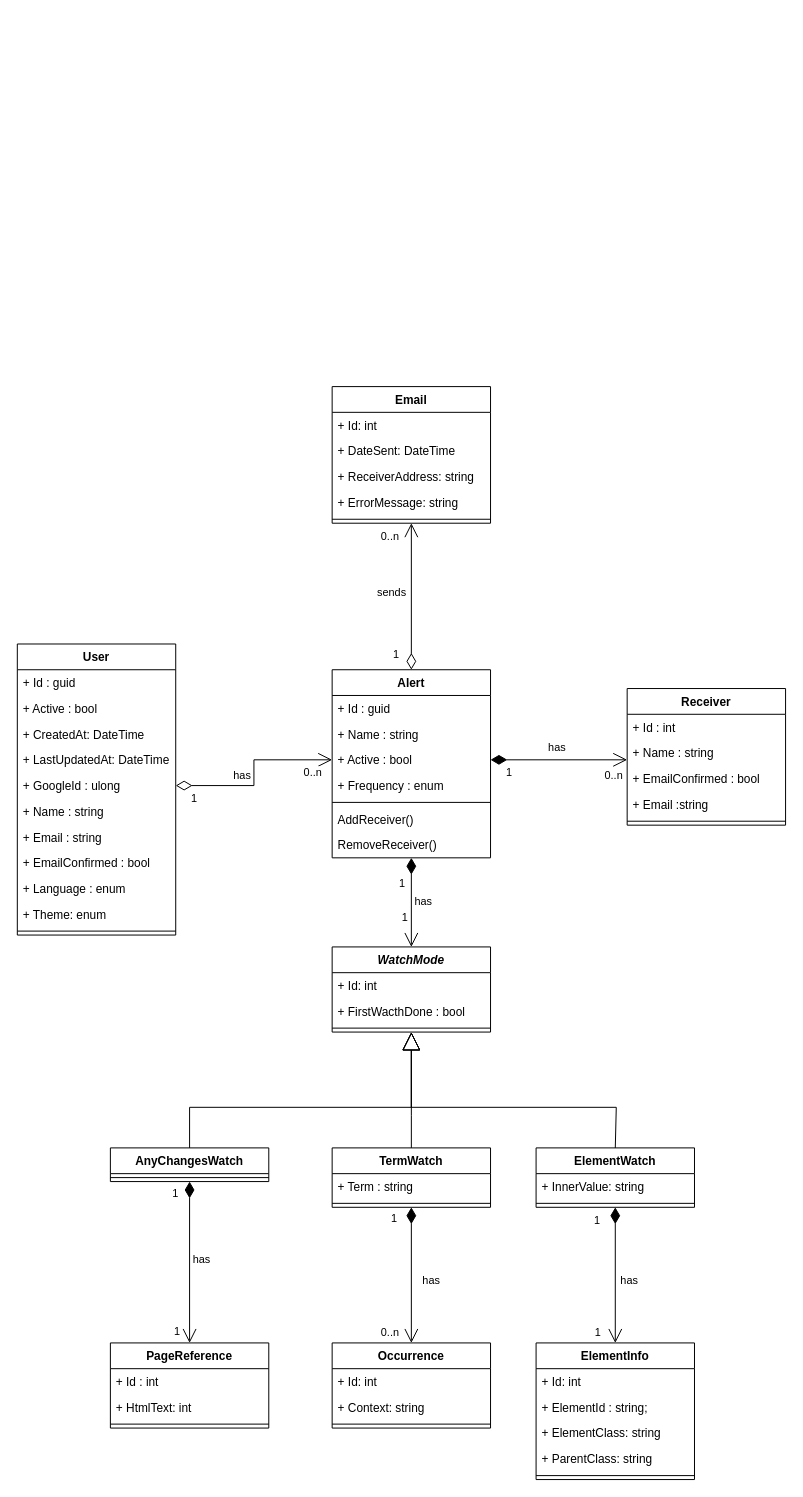
Earlier version of the draw.io diagram docs/SiteWatcher-ClassDiagram.drawio (xilapa/SiteWatcher). Source tidied: cells renumbered, new cells numbered last; positions are measured from the earlier drawing's top-left corner, leaving out a move shared by most shapes. Both pictures are drawn from the tidied source at 99%, with x=0, y=0 at pixel (17, 386).
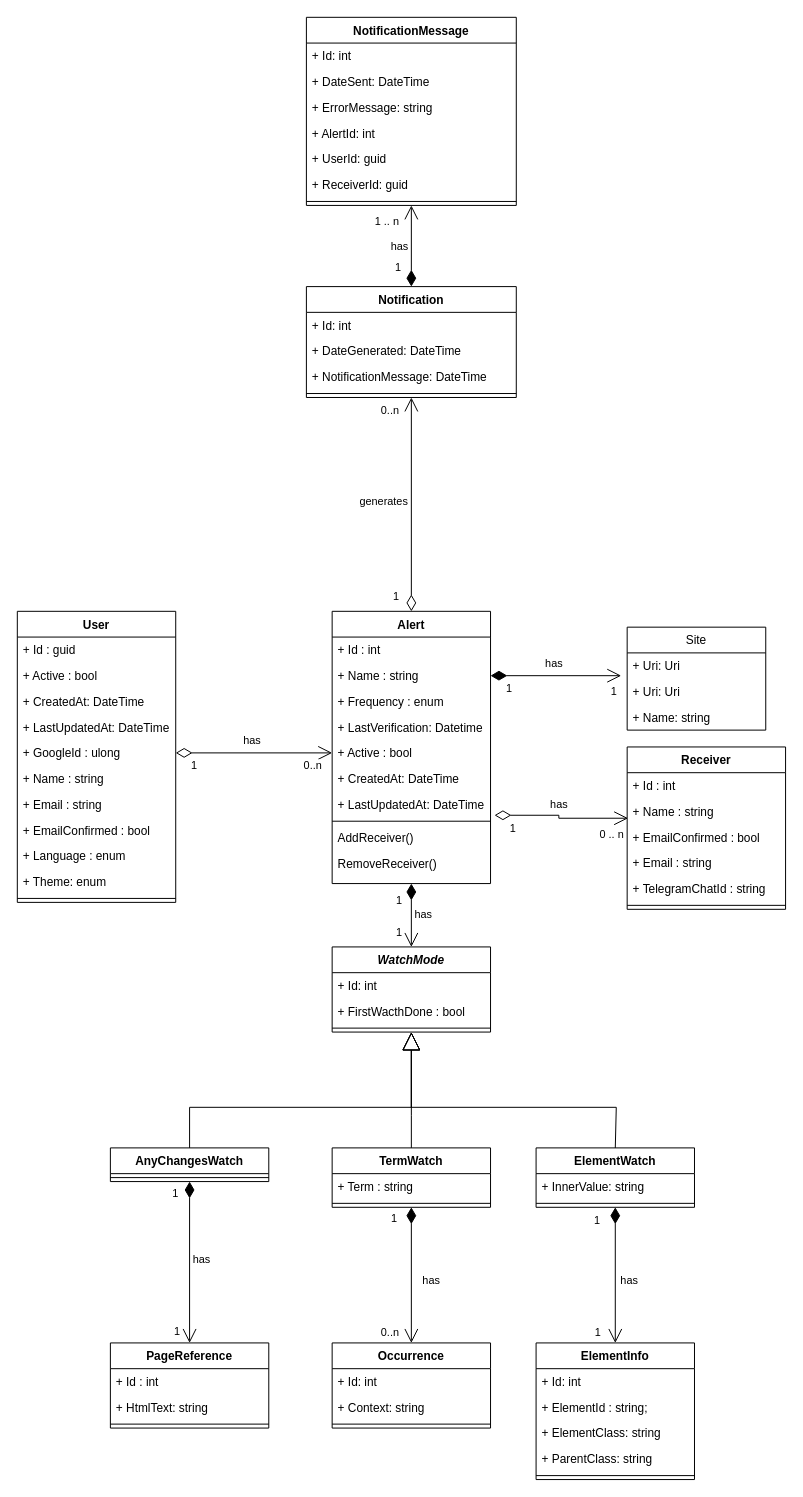
After the change.

Commit message:
added site and notifications to uml diagram

The change refers to these unchanged cells:
```xml
<mxCell id="16" value="+ Name : string" style="text;align=left;verticalAlign=top;spacingLeft=4;spacingRight=4;overflow=hidden;points=[[0,0.5],[1,0.5]];portConstraint=eastwest;" parent="14" vertex="1">
  <mxGeometry y="52" width="160" height="26" as="geometry" />
</mxCell>
<mxCell id="25" value="+ Name : string" style="text;strokeColor=none;fillColor=none;align=left;verticalAlign=top;spacingLeft=4;spacingRight=4;overflow=hidden;points=[[0,0.5],[1,0.5]];portConstraint=eastwest;" parent="23" vertex="1">
  <mxGeometry y="52" width="160" height="26" as="geometry" />
</mxCell>
<mxCell id="36" value="has" style="endArrow=open;html=1;endSize=12;startArrow=diamondThin;startSize=14;startFill=1;edgeStyle=orthogonalEdgeStyle;rounded=0;entryX=0.5;entryY=0;entryDx=0;entryDy=0;" parent="1" edge="1" source="14" target="32">
  <mxGeometry x="-0.03" y="12" relative="1" as="geometry" />
</mxCell>
<mxCell id="50" value="PageReference" style="swimlane;fontStyle=1;align=center;verticalAlign=top;horizontal=1;startSize=26;" parent="1" vertex="1">
  <mxGeometry x="94" y="966" width="160" height="86" as="geometry" />
</mxCell>
```

Change to the diagram source:
```diff
@@
     <mxCell id="2" value="User" style="swimlane;fontStyle=1;align=center;verticalAlign=top;horizontal=1;startSize=26;rounded=0;shadow=0;strokeWidth=1;" parent="1" vertex="1">
-      <mxGeometry y="260" width="160" height="294" as="geometry" />
+      <mxGeometry y="227" width="160" height="294" as="geometry" />
     </mxCell>
@@
     <mxCell id="14" value="Alert" style="swimlane;fontStyle=1;align=center;verticalAlign=top;horizontal=1;startSize=26;rounded=0;shadow=0;strokeWidth=1;" parent="1" vertex="1">
-      <mxGeometry x="318" y="286" width="160" height="190" as="geometry" />
+      <mxGeometry x="318" y="227" width="160" height="275" as="geometry" />
     </mxCell>
-    <mxCell id="15" value="+ Id : guid" style="text;align=left;verticalAlign=top;spacingLeft=4;spacingRight=4;overflow=hidden;" parent="14" vertex="1">
+    <mxCell id="15" value="+ Id : int" style="text;align=left;verticalAlign=top;spacingLeft=4;spacingRight=4;overflow=hidden;" parent="14" vertex="1">
       <mxGeometry y="26" width="160" height="26" as="geometry" />
     </mxCell>
@@
+    <mxCell id="18" value="+ Frequency : enum" style="text;align=left;verticalAlign=top;spacingLeft=4;spacingRight=4;overflow=hidden;rounded=0;shadow=0;html=0;" parent="14" vertex="1">
+      <mxGeometry y="78" width="160" height="26" as="geometry" />
+    </mxCell>
+    <mxCell id="85" value="+ LastVerification: Datetime" style="text;align=left;verticalAlign=top;spacingLeft=4;spacingRight=4;overflow=hidden;rounded=0;shadow=0;html=0;" parent="14" vertex="1">
+      <mxGeometry y="104" width="160" height="26" as="geometry" />
+    </mxCell>
     <mxCell id="17" value="+ Active : bool" style="text;align=left;verticalAlign=top;spacingLeft=4;spacingRight=4;overflow=hidden;points=[[0,0.5],[1,0.5]];portConstraint=eastwest;rounded=0;shadow=0;html=0;" parent="14" vertex="1">
-      <mxGeometry y="78" width="160" height="26" as="geometry" />
+      <mxGeometry y="130" width="160" height="26" as="geometry" />
     </mxCell>
-    <mxCell id="18" value="+ Frequency : enum" style="text;align=left;verticalAlign=top;spacingLeft=4;spacingRight=4;overflow=hidden;rounded=0;shadow=0;html=0;" parent="14" vertex="1">
-      <mxGeometry y="104" width="160" height="26" as="geometry" />
-    </mxCell>
+    <mxCell id="86" value="+ CreatedAt: DateTime" style="text;align=left;verticalAlign=top;spacingLeft=4;spacingRight=4;overflow=hidden;" parent="14" vertex="1">
+      <mxGeometry y="156" width="160" height="26" as="geometry" />
+    </mxCell>
+    <mxCell id="87" value="+ LastUpdatedAt: DateTime" style="text;align=left;verticalAlign=top;spacingLeft=4;spacingRight=4;overflow=hidden;points=[[0,0.5],[1,0.5]];portConstraint=eastwest;" parent="14" vertex="1">
+      <mxGeometry y="182" width="160" height="26" as="geometry" />
+    </mxCell>
     <mxCell id="19" style="line;html=1;strokeWidth=1;align=left;verticalAlign=middle;spacingTop=-1;spacingLeft=3;spacingRight=3;labelPosition=right;" parent="14" vertex="1">
-      <mxGeometry y="130" width="160" height="8" as="geometry" />
+      <mxGeometry y="208" width="160" height="8" as="geometry" />
     </mxCell>
     <mxCell id="20" value="AddReceiver()" style="text;align=left;verticalAlign=top;spacingLeft=4;spacingRight=4;overflow=hidden;rounded=0;shadow=0;html=0;" parent="14" vertex="1">
-      <mxGeometry y="138" width="160" height="26" as="geometry" />
+      <mxGeometry y="216" width="160" height="26" as="geometry" />
     </mxCell>
     <mxCell id="21" value="RemoveReceiver()" style="text;align=left;verticalAlign=top;spacingLeft=4;spacingRight=4;overflow=hidden;rounded=0;shadow=0;html=0;" parent="14" vertex="1">
-      <mxGeometry y="164" width="160" height="26" as="geometry" />
+      <mxGeometry y="242" width="160" height="26" as="geometry" />
     </mxCell>
@@
     <mxCell id="23" value="Receiver" style="swimlane;fontStyle=1;align=center;verticalAlign=top;horizontal=1;startSize=26;" parent="1" vertex="1">
-      <mxGeometry x="616" y="305" width="160" height="138" as="geometry" />
+      <mxGeometry x="616" y="364" width="160" height="164" as="geometry" />
     </mxCell>
@@
-    <mxCell id="27" value="+ Email :string" style="text;strokeColor=none;fillColor=none;align=left;verticalAlign=top;spacingLeft=4;spacingRight=4;overflow=hidden;" parent="23" vertex="1">
+    <mxCell id="27" value="+ Email : string" style="text;strokeColor=none;fillColor=none;align=left;verticalAlign=top;spacingLeft=4;spacingRight=4;overflow=hidden;" parent="23" vertex="1">
       <mxGeometry y="104" width="160" height="26" as="geometry" />
     </mxCell>
+    <mxCell id="88" value="+ TelegramChatId : string" style="text;strokeColor=none;fillColor=none;align=left;verticalAlign=top;spacingLeft=4;spacingRight=4;overflow=hidden;" parent="23" vertex="1">
+      <mxGeometry y="130" width="160" height="26" as="geometry" />
+    </mxCell>
     <mxCell id="28" style="line;strokeWidth=1;fillColor=none;align=left;verticalAlign=middle;spacingTop=-1;spacingLeft=3;spacingRight=3;labelPosition=right;" parent="23" vertex="1">
-      <mxGeometry y="130" width="160" height="8" as="geometry" />
+      <mxGeometry y="156" width="160" height="8" as="geometry" />
     </mxCell>
-    <mxCell id="29" value="has" style="endArrow=open;html=1;endSize=12;startArrow=diamondThin;startSize=14;startFill=1;edgeStyle=orthogonalEdgeStyle;rounded=0;exitX=1;exitY=0.5;exitDx=0;exitDy=0;entryX=0;entryY=0.769;entryDx=0;entryDy=0;entryPerimeter=0;" parent="1" edge="1" source="17" target="25">
-      <mxGeometry x="-0.03" y="12" relative="1" as="geometry" />
-    </mxCell>
-    <mxCell id="30" value="1" style="edgeLabel;html=1;align=left;verticalAlign=top;" parent="29" vertex="1">
-      <mxGeometry x="-1" relative="1" as="geometry">
-        <mxPoint x="14" as="offset" />
-      </mxGeometry>
-    </mxCell>
-    <mxCell id="31" value="0..n" style="edgeLabel;html=1;align=right;verticalAlign=top;" parent="29" vertex="1">
-      <mxGeometry x="1" relative="1" as="geometry">
-        <mxPoint x="-4" y="3" as="offset" />
-      </mxGeometry>
-    </mxCell>
@@
     <mxCell id="37" value="1" style="edgeLabel;html=1;align=left;verticalAlign=top;" parent="36" vertex="1">
       <mxGeometry x="-1" relative="1" as="geometry">
-        <mxPoint x="-14" y="13" as="offset" />
+        <mxPoint x="-17" y="4" as="offset" />
       </mxGeometry>
     </mxCell>
     <mxCell id="38" value="1" style="edgeLabel;html=1;align=right;verticalAlign=top;" parent="36" vertex="1">
       <mxGeometry x="1" relative="1" as="geometry">
-        <mxPoint x="-3" y="-43" as="offset" />
+        <mxPoint x="-9" y="-28" as="offset" />
       </mxGeometry>
     </mxCell>
@@
-    <mxCell id="52" value="+ HtmlText: int" style="text;strokeColor=none;fillColor=none;align=left;verticalAlign=top;spacingLeft=4;spacingRight=4;overflow=hidden;" parent="50" vertex="1">
+    <mxCell id="52" value="+ HtmlText: string" style="text;strokeColor=none;fillColor=none;align=left;verticalAlign=top;spacingLeft=4;spacingRight=4;overflow=hidden;" parent="50" vertex="1">
       <mxGeometry y="52" width="160" height="26" as="geometry" />
     </mxCell>
@@
-    <mxCell id="64" value="Email" style="swimlane;fontStyle=1;align=center;verticalAlign=top;horizontal=1;startSize=26;" parent="1" vertex="1">
-      <mxGeometry x="318" width="160" height="138" as="geometry" />
+    <mxCell id="64" value="Notification" style="swimlane;fontStyle=1;align=center;verticalAlign=top;horizontal=1;startSize=26;" parent="1" vertex="1">
+      <mxGeometry x="292" y="-101" width="212" height="112" as="geometry" />
     </mxCell>
     <mxCell id="65" value="+ Id: int" style="text;strokeColor=none;fillColor=none;align=left;verticalAlign=top;spacingLeft=4;spacingRight=4;overflow=hidden;" parent="64" vertex="1">
-      <mxGeometry y="26" width="160" height="26" as="geometry" />
+      <mxGeometry y="26" width="212" height="26" as="geometry" />
     </mxCell>
-    <mxCell id="66" value="+ DateSent: DateTime" style="text;strokeColor=none;fillColor=none;align=left;verticalAlign=top;spacingLeft=4;spacingRight=4;overflow=hidden;" parent="64" vertex="1">
-      <mxGeometry y="52" width="160" height="26" as="geometry" />
+    <mxCell id="66" value="+ DateGenerated: DateTime" style="text;strokeColor=none;fillColor=none;align=left;verticalAlign=top;spacingLeft=4;spacingRight=4;overflow=hidden;" parent="64" vertex="1">
+      <mxGeometry y="52" width="212" height="26" as="geometry" />
     </mxCell>
-    <mxCell id="67" value="+ ReceiverAddress: string" style="text;strokeColor=none;fillColor=none;align=left;verticalAlign=top;spacingLeft=4;spacingRight=4;overflow=hidden;" parent="64" vertex="1">
-      <mxGeometry y="78" width="160" height="26" as="geometry" />
-    </mxCell>
-    <mxCell id="68" value="+ ErrorMessage: string" style="text;strokeColor=none;fillColor=none;align=left;verticalAlign=top;spacingLeft=4;spacingRight=4;overflow=hidden;" parent="64" vertex="1">
-      <mxGeometry y="104" width="160" height="26" as="geometry" />
-    </mxCell>
+    <mxCell id="89" value="+ NotificationMessage: DateTime" style="text;strokeColor=none;fillColor=none;align=left;verticalAlign=top;spacingLeft=4;spacingRight=4;overflow=hidden;" parent="64" vertex="1">
+      <mxGeometry y="78" width="212" height="26" as="geometry" />
+    </mxCell>
     <mxCell id="69" style="line;strokeWidth=1;fillColor=none;align=left;verticalAlign=middle;spacingTop=-1;spacingLeft=3;spacingRight=3;labelPosition=right;" parent="64" vertex="1">
-      <mxGeometry y="130" width="160" height="8" as="geometry" />
+      <mxGeometry y="104" width="212" height="8" as="geometry" />
     </mxCell>
@@
-    <mxCell id="73" value="sends" style="endArrow=open;html=1;endSize=12;startArrow=diamondThin;startSize=14;startFill=0;edgeStyle=orthogonalEdgeStyle;rounded=0;exitX=0.5;exitY=0;exitDx=0;exitDy=0;entryX=0.5;entryY=1;entryDx=0;entryDy=0;" parent="1" edge="1" source="14" target="64">
-      <mxGeometry x="0.05" y="20" relative="1" as="geometry" />
+    <mxCell id="73" value="generates" style="endArrow=open;html=1;endSize=12;startArrow=diamondThin;startSize=14;startFill=0;edgeStyle=orthogonalEdgeStyle;rounded=0;exitX=0.5;exitY=0;exitDx=0;exitDy=0;entryX=0.5;entryY=1;entryDx=0;entryDy=0;" parent="1" edge="1" source="14" target="64">
+      <mxGeometry x="0.03" y="28" relative="1" as="geometry" />
     </mxCell>
@@
+    <mxCell id="90" value="Site" style="swimlane;fontStyle=0;horizontal=1;startSize=26;fillColor=none;" parent="1" vertex="1">
+      <mxGeometry x="616" y="243" width="140" height="104" as="geometry" />
+    </mxCell>
+    <mxCell id="91" value="+ Uri: Uri" style="text;strokeColor=none;fillColor=none;align=left;verticalAlign=top;spacingLeft=4;spacingRight=4;overflow=hidden;" parent="90" vertex="1">
+      <mxGeometry y="26" width="140" height="26" as="geometry" />
+    </mxCell>
+    <mxCell id="92" value="+ Uri: Uri" style="text;strokeColor=none;fillColor=none;align=left;verticalAlign=top;spacingLeft=4;spacingRight=4;overflow=hidden;points=[[0,0.5],[1,0.5]];portConstraint=eastwest;" parent="90" vertex="1">
+      <mxGeometry y="52" width="140" height="26" as="geometry" />
+    </mxCell>
+    <mxCell id="93" value="+ Name: string" style="text;strokeColor=none;fillColor=none;align=left;verticalAlign=top;spacingLeft=4;spacingRight=4;overflow=hidden;" parent="90" vertex="1">
+      <mxGeometry y="78" width="140" height="26" as="geometry" />
+    </mxCell>
+    <mxCell id="94" value="NotificationMessage" style="swimlane;fontStyle=1;align=center;verticalAlign=top;horizontal=1;startSize=26;" parent="1" vertex="1">
+      <mxGeometry x="292" y="-373" width="212" height="190" as="geometry" />
+    </mxCell>
+    <mxCell id="95" value="+ Id: int" style="text;strokeColor=none;fillColor=none;align=left;verticalAlign=top;spacingLeft=4;spacingRight=4;overflow=hidden;" parent="94" vertex="1">
+      <mxGeometry y="26" width="212" height="26" as="geometry" />
+    </mxCell>
+    <mxCell id="96" value="+ DateSent: DateTime" style="text;strokeColor=none;fillColor=none;align=left;verticalAlign=top;spacingLeft=4;spacingRight=4;overflow=hidden;" parent="94" vertex="1">
+      <mxGeometry y="52" width="212" height="26" as="geometry" />
+    </mxCell>
+    <mxCell id="68" value="+ ErrorMessage: string" style="text;strokeColor=none;fillColor=none;align=left;verticalAlign=top;spacingLeft=4;spacingRight=4;overflow=hidden;" parent="94" vertex="1">
+      <mxGeometry y="78" width="212" height="26" as="geometry" />
+    </mxCell>
+    <mxCell id="97" value="+ AlertId: int" style="text;strokeColor=none;fillColor=none;align=left;verticalAlign=top;spacingLeft=4;spacingRight=4;overflow=hidden;" parent="94" vertex="1">
+      <mxGeometry y="104" width="212" height="26" as="geometry" />
+    </mxCell>
+    <mxCell id="98" value="+ UserId: guid" style="text;strokeColor=none;fillColor=none;align=left;verticalAlign=top;spacingLeft=4;spacingRight=4;overflow=hidden;" parent="94" vertex="1">
+      <mxGeometry y="130" width="212" height="26" as="geometry" />
+    </mxCell>
+    <mxCell id="99" value="+ ReceiverId: guid" style="text;strokeColor=none;fillColor=none;align=left;verticalAlign=top;spacingLeft=4;spacingRight=4;overflow=hidden;" parent="94" vertex="1">
+      <mxGeometry y="156" width="212" height="26" as="geometry" />
+    </mxCell>
+    <mxCell id="100" style="line;strokeWidth=1;fillColor=none;align=left;verticalAlign=middle;spacingTop=-1;spacingLeft=3;spacingRight=3;labelPosition=right;" parent="94" vertex="1">
+      <mxGeometry y="182" width="212" height="8" as="geometry" />
+    </mxCell>
+    <mxCell id="101" value="has" style="endArrow=open;html=1;endSize=12;startArrow=diamondThin;startSize=14;startFill=1;edgeStyle=orthogonalEdgeStyle;rounded=0;exitX=0.5;exitY=0;exitDx=0;exitDy=0;entryX=0.5;entryY=1;entryDx=0;entryDy=0;" parent="1" edge="1" source="64" target="94">
+      <mxGeometry x="-0.03" y="12" relative="1" as="geometry" />
+    </mxCell>
+    <mxCell id="102" value="1" style="edgeLabel;html=1;align=left;verticalAlign=top;" parent="101" vertex="1">
+      <mxGeometry x="-1" relative="1" as="geometry">
+        <mxPoint x="-18" y="-32" as="offset" />
+      </mxGeometry>
+    </mxCell>
+    <mxCell id="103" value="1 .. n" style="edgeLabel;html=1;align=right;verticalAlign=top;" parent="101" vertex="1">
+      <mxGeometry x="1" relative="1" as="geometry">
+        <mxPoint x="-12" y="3" as="offset" />
+      </mxGeometry>
+    </mxCell>
+    <mxCell id="104" value="has" style="endArrow=open;html=1;endSize=12;startArrow=diamondThin;startSize=14;startFill=1;edgeStyle=orthogonalEdgeStyle;rounded=0;entryX=-0.043;entryY=-0.115;entryDx=0;entryDy=0;entryPerimeter=0;exitX=1;exitY=0.5;exitDx=0;exitDy=0;" parent="1" edge="1" source="16" target="92">
+      <mxGeometry x="-0.03" y="12" relative="1" as="geometry" />
+    </mxCell>
+    <mxCell id="105" value="1" style="edgeLabel;html=1;align=left;verticalAlign=top;" parent="104" vertex="1">
+      <mxGeometry x="-1" relative="1" as="geometry">
+        <mxPoint x="14" as="offset" />
+      </mxGeometry>
+    </mxCell>
+    <mxCell id="106" value="1" style="edgeLabel;html=1;align=right;verticalAlign=top;" parent="104" vertex="1">
+      <mxGeometry x="1" relative="1" as="geometry">
+        <mxPoint x="-4" y="3" as="offset" />
+      </mxGeometry>
+    </mxCell>
+    <mxCell id="107" value="has" style="endArrow=open;html=1;endSize=12;startArrow=diamondThin;startSize=14;startFill=0;edgeStyle=orthogonalEdgeStyle;rounded=0;exitX=1.025;exitY=0.923;exitDx=0;exitDy=0;exitPerimeter=0;entryX=0.006;entryY=0.769;entryDx=0;entryDy=0;entryPerimeter=0;" parent="1" edge="1" source="87" target="25">
+      <mxGeometry x="-0.06" y="11" relative="1" as="geometry">
+        <mxPoint x="-11" y="-11" as="offset" />
+      </mxGeometry>
+    </mxCell>
+    <mxCell id="108" value="1" style="edgeLabel;html=1;align=left;verticalAlign=top;" parent="107" vertex="1">
+      <mxGeometry x="-1" relative="1" as="geometry">
+        <mxPoint x="14" as="offset" />
+      </mxGeometry>
+    </mxCell>
+    <mxCell id="109" value="0 .. n" style="edgeLabel;html=1;align=right;verticalAlign=top;" parent="107" vertex="1">
+      <mxGeometry x="1" relative="1" as="geometry">
+        <mxPoint x="-4" y="3" as="offset" />
+      </mxGeometry>
+    </mxCell>
```
